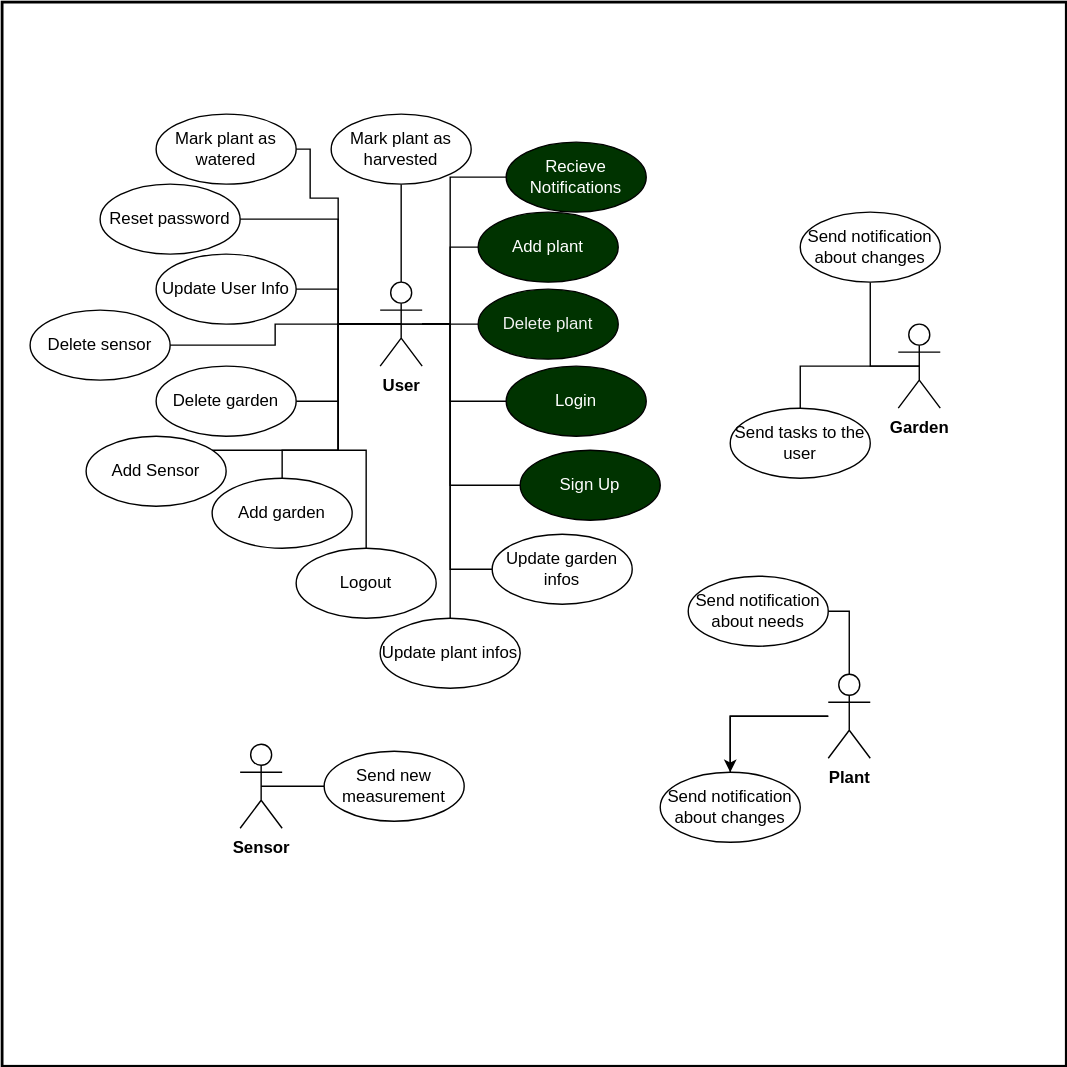
Above: docs/assets/svg/GreenFingersUsecases.drawio.svg in Green-Fingers-App/gardeningApp (draw.io), before the change. Source tidied: cells renumbered, new cells last; positions are measured from the earlier drawing's top-left corner, leaving out a move shared by most shapes.
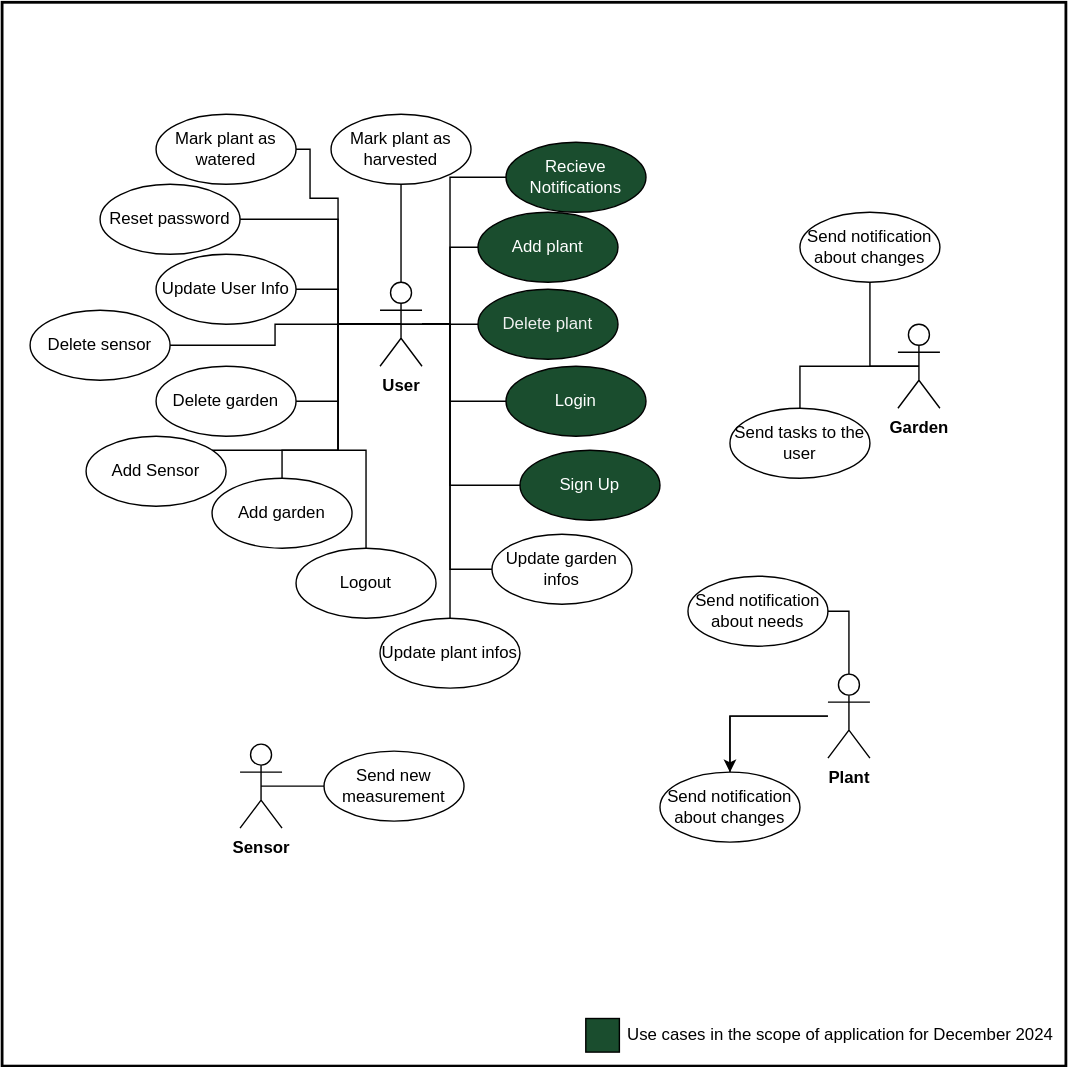
After the commit.

Commit message:
Add legenda to the USD

The edit, as a diff of the source:
```diff
@@ -74,13 +74,13 @@
         </Array>
       </mxGeometry>
     </mxCell>
-    <mxCell id="13" value="Add plant" style="ellipse;whiteSpace=wrap;html=1;verticalAlign=middle;fillColor=#003300;fontColor=#FFFFFF;" parent="2" vertex="1">
+    <mxCell id="13" value="Add plant" style="ellipse;whiteSpace=wrap;html=1;verticalAlign=middle;fillColor=#1A4D2E;fontColor=#FFFFFF;" parent="2" vertex="1">
       <mxGeometry x="340" y="150" width="100" height="50" as="geometry" />
     </mxCell>
-    <mxCell id="14" value="&lt;span style=&quot;color: rgb(240, 240, 240);&quot;&gt;Delete plant&lt;/span&gt;" style="ellipse;whiteSpace=wrap;html=1;verticalAlign=middle;fillColor=#003300;fontColor=#FFFFFF;" parent="2" vertex="1">
+    <mxCell id="14" value="&lt;span style=&quot;color: rgb(240, 240, 240);&quot;&gt;Delete plant&lt;/span&gt;" style="ellipse;whiteSpace=wrap;html=1;verticalAlign=middle;fillColor=#1A4D2E;fontColor=#FFFFFF;" parent="2" vertex="1">
       <mxGeometry x="340" y="205" width="100" height="50" as="geometry" />
     </mxCell>
-    <mxCell id="15" value="Sign Up" style="ellipse;whiteSpace=wrap;html=1;verticalAlign=middle;strokeColor=default;align=center;fontFamily=Helvetica;fontSize=12;fontColor=#FFFFFF;fillColor=#003300;" parent="2" vertex="1">
+    <mxCell id="15" value="Sign Up" style="ellipse;whiteSpace=wrap;html=1;verticalAlign=middle;strokeColor=default;align=center;fontFamily=Helvetica;fontSize=12;fontColor=#FFFFFF;fillColor=#1A4D2E;" parent="2" vertex="1">
       <mxGeometry x="370" y="320" width="100" height="50" as="geometry" />
     </mxCell>
     <mxCell id="16" style="edgeStyle=orthogonalEdgeStyle;rounded=0;jettySize=auto;html=1;strokeColor=#000000;align=center;verticalAlign=middle;fontFamily=Helvetica;fontSize=11;fontColor=default;labelBackgroundColor=default;jumpStyle=none;endArrow=none;endFill=0;targetPerimeterSpacing=0;" parent="2" edge="1" source="17" target="44">
@@ -95,7 +95,7 @@
     <mxCell id="17" value="Logout" style="ellipse;whiteSpace=wrap;html=1;verticalAlign=middle;fontColor=#000000;fillColor=#FFFFFF;strokeColor=#000000;" parent="2" vertex="1">
       <mxGeometry x="210" y="390" width="100" height="50" as="geometry" />
     </mxCell>
-    <mxCell id="18" value="Login" style="ellipse;whiteSpace=wrap;html=1;verticalAlign=middle;fillColor=#003300;fontColor=#FFFFFF;" parent="2" vertex="1">
+    <mxCell id="18" value="Login" style="ellipse;whiteSpace=wrap;html=1;verticalAlign=middle;fillColor=#1A4D2E;fontColor=#FFFFFF;" parent="2" vertex="1">
       <mxGeometry x="360" y="260" width="100" height="50" as="geometry" />
     </mxCell>
     <mxCell id="19" value="Update garden infos" style="ellipse;whiteSpace=wrap;html=1;verticalAlign=middle;strokeColor=#000000;align=center;fontFamily=Helvetica;fontSize=12;fontColor=#000000;fillColor=#FFFFFF;" parent="2" vertex="1">
@@ -110,7 +110,7 @@
     <mxCell id="22" value="Delete garden" style="ellipse;whiteSpace=wrap;html=1;verticalAlign=middle;fontColor=#000000;fillColor=#FFFFFF;strokeColor=#000000;" parent="2" vertex="1">
       <mxGeometry x="110" y="260" width="100" height="50" as="geometry" />
     </mxCell>
-    <mxCell id="23" value="Recieve Notifications" style="ellipse;whiteSpace=wrap;html=1;verticalAlign=middle;fillColor=#003300;fontColor=#FFFFFF;" parent="2" vertex="1">
+    <mxCell id="23" value="Recieve Notifications" style="ellipse;whiteSpace=wrap;html=1;verticalAlign=middle;fillColor=#1A4D2E;fontColor=#FFFFFF;" parent="2" vertex="1">
       <mxGeometry x="360" y="100" width="100" height="50" as="geometry" />
     </mxCell>
     <mxCell id="24" value="Add Sensor" style="ellipse;whiteSpace=wrap;html=1;verticalAlign=middle;fontColor=#000000;fillColor=#FFFFFF;strokeColor=#000000;" parent="2" vertex="1">
@@ -219,5 +219,11 @@
     <mxCell id="50" value="&lt;span style=&quot;&quot;&gt;Mark plant as watered&lt;/span&gt;" style="ellipse;whiteSpace=wrap;html=1;verticalAlign=middle;fontColor=#000000;fillColor=#FFFFFF;strokeColor=#000000;" parent="2" vertex="1">
       <mxGeometry x="110" y="80" width="100" height="50" as="geometry" />
     </mxCell>
+    <mxCell id="51" value="&lt;font color=&quot;#000000&quot;&gt;Use cases in the scope of application for December 2024&lt;/font&gt;" style="text;html=1;strokeColor=none;fillColor=none;align=left;verticalAlign=middle;whiteSpace=wrap;rounded=0;" parent="1" vertex="1">
+      <mxGeometry x="445" y="723" width="316" height="30" as="geometry" />
+    </mxCell>
+    <mxCell id="52" style="rounded=0;whiteSpace=wrap;html=1;fillColor=#1A4D2E;" parent="1" vertex="1">
+      <mxGeometry x="417" y="726" width="24" height="24" as="geometry" />
+    </mxCell>
   </root>
 </mxGraphModel>
```
